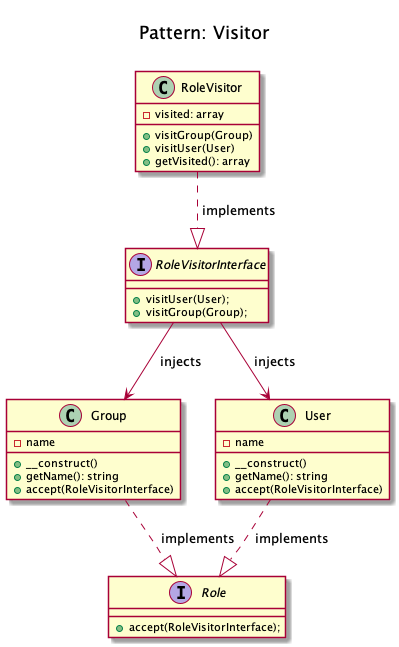
Before: patterns/behavioral/visitor/domnikl/diagram.png, a diagram exported from PlantUML (rosselli/design-patterns-implemented.concepts).
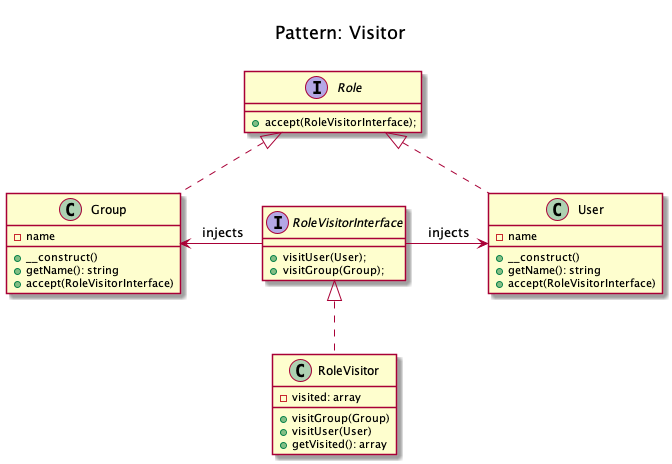
The same diagram one commit later.

Change to the diagram source:
```diff
@@ -10,31 +10,27 @@
         + visitGroup(Group);
     }
 
-    class Group {
+    class Group implements Role {
         - name
         + __construct()
         + getName(): string
         + accept(RoleVisitorInterface)
     }
 
-    class User {
+    class User implements Role {
         - name
         + __construct()
         + getName(): string
         + accept(RoleVisitorInterface)
     }
 
-    class RoleVisitor {
+    class RoleVisitor implements RoleVisitorInterface{
         - visited: array
         + visitGroup(Group)
         + visitUser(User)
         + getVisited(): array
     }
 
-    Group ..|> Role: " implements"
-    User ..|> Role: " implements"
-    RoleVisitor ..|> RoleVisitorInterface: " implements"
-    RoleVisitorInterface --> Group: " injects"
-    RoleVisitorInterface --> User: " injects"
-
+    RoleVisitorInterface -left-> Group: " injects"
+    RoleVisitorInterface -right-> User: " injects"
 @enduml
```
